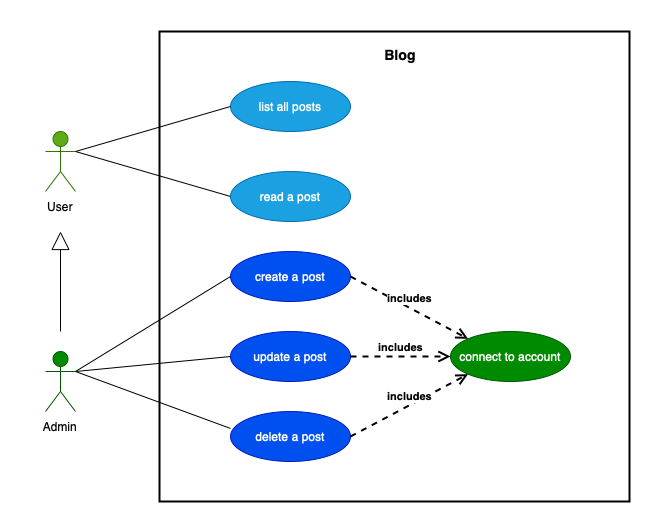
This is UMLdiagrams/Blog_UseCase.png from AnnaigJegourel/OC-P5-Creez-votre-premier-blog-en-PHP, a draw.io export, as it was before one commit. Source tidied: cells renumbered, new cells last; positions are measured from the earlier drawing's top-left corner, leaving out a move shared by most shapes.
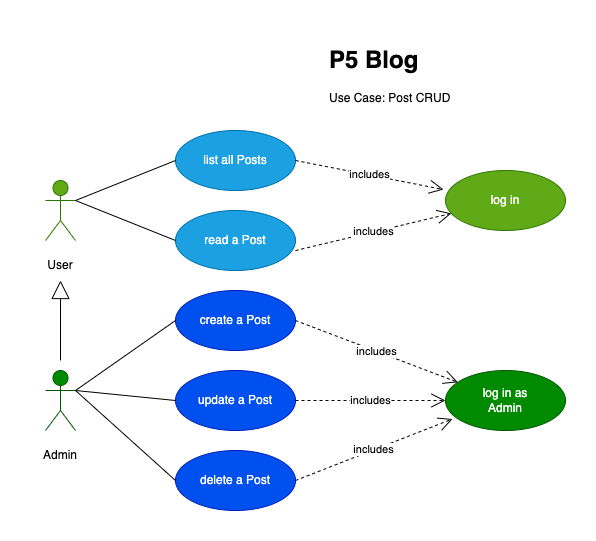
The same diagram one commit later.

Commit message:
Update Use Case Diagram

What changed in the source:
```diff
@@ -2,71 +2,84 @@
   <root>
     <mxCell id="0" />
     <mxCell id="1" parent="0" />
-    <mxCell id="2" value="Admin" style="shape=umlActor;verticalLabelPosition=bottom;verticalAlign=top;html=1;outlineConnect=0;fillColor=#008a00;fontColor=#ffffff;strokeColor=#005700;" parent="1" vertex="1">
-      <mxGeometry x="15" y="320" width="30" height="60" as="geometry" />
-    </mxCell>
-    <mxCell id="3" value="Visitor" style="shape=umlActor;verticalLabelPosition=bottom;verticalAlign=top;html=1;outlineConnect=0;fillColor=#60a917;strokeColor=#2D7600;fontColor=#ffffff;" parent="1" vertex="1">
-      <mxGeometry x="15" y="100" width="30" height="60" as="geometry" />
-    </mxCell>
-    <mxCell id="4" value="create a post" style="ellipse;whiteSpace=wrap;html=1;fillColor=#0050ef;strokeColor=#001DBC;fontColor=#ffffff;" parent="1" vertex="1">
-      <mxGeometry x="200" y="220" width="120" height="50" as="geometry" />
-    </mxCell>
-    <mxCell id="5" value="update a post" style="ellipse;whiteSpace=wrap;html=1;fillColor=#0050ef;strokeColor=#001DBC;fontColor=#ffffff;" parent="1" vertex="1">
-      <mxGeometry x="200" y="300" width="120" height="50" as="geometry" />
-    </mxCell>
-    <mxCell id="6" value="delete a post" style="ellipse;whiteSpace=wrap;html=1;fillColor=#0050ef;strokeColor=#001DBC;fontColor=#ffffff;" parent="1" vertex="1">
-      <mxGeometry x="200" y="380" width="120" height="50" as="geometry" />
-    </mxCell>
-    <mxCell id="7" style="endArrow=none;html=1;rounded=0;exitX=1;exitY=0.3333333333333333;exitDx=0;exitDy=0;exitPerimeter=0;entryX=0;entryY=0.5;entryDx=0;entryDy=0;" parent="1" edge="1" source="3" target="20">
-      <mxGeometry relative="1" as="geometry" />
-    </mxCell>
-    <mxCell id="8" style="endArrow=none;html=1;rounded=0;entryX=0;entryY=0.5;entryDx=0;entryDy=0;exitX=1;exitY=0.3333333333333333;exitDx=0;exitDy=0;exitPerimeter=0;" parent="1" edge="1" source="2" target="4">
-      <mxGeometry relative="1" as="geometry" />
-    </mxCell>
-    <mxCell id="9" style="endArrow=none;html=1;rounded=0;entryX=0;entryY=0.5;entryDx=0;entryDy=0;exitX=1;exitY=0.3333333333333333;exitDx=0;exitDy=0;exitPerimeter=0;" parent="1" edge="1" source="2" target="5">
-      <mxGeometry relative="1" as="geometry" />
-    </mxCell>
-    <mxCell id="10" style="endArrow=none;html=1;rounded=0;entryX=0;entryY=0.34;entryDx=0;entryDy=0;entryPerimeter=0;exitX=1;exitY=0.3333333333333333;exitDx=0;exitDy=0;exitPerimeter=0;" parent="1" edge="1" source="2" target="6">
-      <mxGeometry relative="1" as="geometry" />
-    </mxCell>
-    <mxCell id="11" value="connect to account" style="ellipse;whiteSpace=wrap;html=1;fillColor=#008a00;strokeColor=#005700;fontColor=#ffffff;" parent="1" vertex="1">
-      <mxGeometry x="420" y="300" width="120" height="50" as="geometry" />
-    </mxCell>
-    <mxCell id="12" value="&lt;b&gt;includes&lt;/b&gt;" style="html=1;verticalAlign=bottom;endArrow=open;dashed=1;endSize=8;rounded=0;exitX=1;exitY=0.5;exitDx=0;exitDy=0;strokeWidth=2;entryX=0;entryY=0;entryDx=0;entryDy=0;" parent="1" edge="1" source="4" target="11">
-      <mxGeometry relative="1" as="geometry" />
-    </mxCell>
-    <mxCell id="13" value="&lt;b&gt;includes&lt;/b&gt;" style="html=1;verticalAlign=bottom;endArrow=open;dashed=1;endSize=8;rounded=0;entryX=0;entryY=0.5;entryDx=0;entryDy=0;strokeWidth=2;exitX=1;exitY=0.5;exitDx=0;exitDy=0;" parent="1" edge="1" source="5" target="11">
-      <mxGeometry relative="1" as="geometry" />
-    </mxCell>
-    <mxCell id="14" value="&lt;b&gt;includes&lt;/b&gt;" style="html=1;verticalAlign=bottom;endArrow=open;dashed=1;endSize=8;rounded=0;strokeWidth=2;exitX=1;exitY=0.5;exitDx=0;exitDy=0;entryX=0;entryY=1;entryDx=0;entryDy=0;" parent="1" edge="1" source="6" target="11">
-      <mxGeometry relative="1" as="geometry" />
-    </mxCell>
+    <mxCell id="23" value="Actor" style="shape=umlActor;verticalLabelPosition=bottom;verticalAlign=top;html=1;outlineConnect=0;fillColor=#60a917;fontColor=#ffffff;strokeColor=#2D7600;" parent="1" vertex="1">
+      <mxGeometry x="20" y="20" width="30" height="60" as="geometry" />
+    </mxCell>
+    <mxCell id="24" value="&lt;h1&gt;P5 Blog&lt;/h1&gt;&lt;div&gt;Use Case: Post CRUD&lt;/div&gt;" style="text;html=1;strokeColor=none;fillColor=none;spacing=5;spacingTop=-20;whiteSpace=wrap;overflow=hidden;rounded=0;" parent="1" vertex="1">
+      <mxGeometry x="299" y="-120" width="141" height="80" as="geometry" />
+    </mxCell>
+    <mxCell id="16" value="User" style="text;html=1;strokeColor=none;fillColor=none;align=center;verticalAlign=middle;whiteSpace=wrap;rounded=0;" parent="1" vertex="1">
+      <mxGeometry x="5" y="90" width="60" height="30" as="geometry" />
+    </mxCell>
+    <mxCell id="25" value="list all Posts" style="ellipse;whiteSpace=wrap;html=1;fillColor=#1ba1e2;fontColor=#ffffff;strokeColor=#006EAF;" parent="1" vertex="1">
+      <mxGeometry x="150" y="-30" width="120" height="60" as="geometry" />
+    </mxCell>
+    <mxCell id="26" value="read a Post" style="ellipse;whiteSpace=wrap;html=1;fillColor=#1ba1e2;fontColor=#ffffff;strokeColor=#006EAF;" parent="1" vertex="1">
+      <mxGeometry x="150" y="50" width="120" height="60" as="geometry" />
+    </mxCell>
+    <mxCell id="27" style="endArrow=none;html=1;rounded=0;entryX=0;entryY=0.5;entryDx=0;entryDy=0;" parent="1" edge="1" target="25">
+      <mxGeometry relative="1" as="geometry">
+        <mxPoint x="50" y="40" as="sourcePoint" />
+      </mxGeometry>
+    </mxCell>
+    <mxCell id="28" style="endArrow=none;html=1;rounded=0;entryX=0;entryY=0.5;entryDx=0;entryDy=0;exitX=1;exitY=0.3333333333333333;exitDx=0;exitDy=0;exitPerimeter=0;" parent="1" edge="1" source="23" target="26">
+      <mxGeometry relative="1" as="geometry" />
+    </mxCell>
+    <mxCell id="29" value="create a Post" style="ellipse;whiteSpace=wrap;html=1;fillColor=#0050ef;fontColor=#ffffff;strokeColor=#001DBC;" parent="1" vertex="1">
+      <mxGeometry x="150" y="130" width="120" height="60" as="geometry" />
+    </mxCell>
+    <mxCell id="30" value="Actor" style="shape=umlActor;verticalLabelPosition=bottom;verticalAlign=top;html=1;outlineConnect=0;fillColor=#008a00;fontColor=#ffffff;strokeColor=#005700;" parent="1" vertex="1">
+      <mxGeometry x="20" y="210" width="30" height="60" as="geometry" />
+    </mxCell>
     <mxCell id="15" value="Admin" style="text;html=1;strokeColor=none;fillColor=none;align=center;verticalAlign=middle;whiteSpace=wrap;rounded=0;" parent="1" vertex="1">
-      <mxGeometry y="380" width="60" height="30" as="geometry" />
+      <mxGeometry x="5" y="280" width="60" height="30" as="geometry" />
     </mxCell>
-    <mxCell id="16" value="User" style="text;html=1;strokeColor=none;fillColor=none;align=center;verticalAlign=middle;whiteSpace=wrap;rounded=0;" parent="1" vertex="1">
-      <mxGeometry y="160" width="60" height="30" as="geometry" />
-    </mxCell>
-    <mxCell id="17" style="whiteSpace=wrap;html=1;fillColor=none;strokeWidth=2;" parent="1" vertex="1">
-      <mxGeometry x="129" width="470" height="470" as="geometry" />
-    </mxCell>
-    <mxCell id="18" value="Blog" style="text;align=center;fontStyle=1;verticalAlign=middle;spacingLeft=3;spacingRight=3;strokeColor=none;fillColor=none;fontSize=14;" parent="1" vertex="1">
-      <mxGeometry x="330" y="10" width="80" height="26" as="geometry" />
-    </mxCell>
-    <mxCell id="19" style="endArrow=block;endSize=16;endFill=0;html=1;rounded=0;" parent="1" edge="1">
-      <mxGeometry relative="1" as="geometry">
-        <mxPoint x="30" y="300" as="sourcePoint" />
-        <mxPoint x="30" y="200" as="targetPoint" />
-      </mxGeometry>
-    </mxCell>
-    <mxCell id="20" value="read a post" style="ellipse;whiteSpace=wrap;html=1;fillColor=#1ba1e2;strokeColor=#006EAF;fontColor=#ffffff;" parent="1" vertex="1">
-      <mxGeometry x="200" y="140" width="120" height="50" as="geometry" />
-    </mxCell>
-    <mxCell id="21" value="list all posts" style="ellipse;whiteSpace=wrap;html=1;fillColor=#1ba1e2;strokeColor=#006EAF;fontColor=#ffffff;" parent="1" vertex="1">
-      <mxGeometry x="200" y="50" width="120" height="50" as="geometry" />
-    </mxCell>
-    <mxCell id="22" style="endArrow=none;html=1;rounded=0;entryX=0;entryY=0.5;entryDx=0;entryDy=0;exitX=1;exitY=0.3333333333333333;exitDx=0;exitDy=0;exitPerimeter=0;" parent="1" edge="1" source="3" target="21">
-      <mxGeometry relative="1" as="geometry" />
-    </mxCell>
+    <mxCell id="31" style="endArrow=block;endSize=16;endFill=0;html=1;rounded=0;entryX=0.5;entryY=1;entryDx=0;entryDy=0;" parent="1" edge="1" target="16">
+      <mxGeometry x="-0.09" y="-20" relative="1" as="geometry">
+        <mxPoint x="35" y="200" as="sourcePoint" />
+      </mxGeometry>
+    </mxCell>
+    <mxCell id="32" value="update a Post" style="ellipse;whiteSpace=wrap;html=1;fillColor=#0050ef;fontColor=#ffffff;strokeColor=#001DBC;" parent="1" vertex="1">
+      <mxGeometry x="150" y="210" width="120" height="60" as="geometry" />
+    </mxCell>
+    <mxCell id="33" value="delete a Post" style="ellipse;whiteSpace=wrap;html=1;fillColor=#0050ef;fontColor=#ffffff;strokeColor=#001DBC;" parent="1" vertex="1">
+      <mxGeometry x="150" y="290" width="120" height="60" as="geometry" />
+    </mxCell>
+    <mxCell id="34" style="endArrow=none;html=1;rounded=0;entryX=0;entryY=0.5;entryDx=0;entryDy=0;exitX=1;exitY=0.3333333333333333;exitDx=0;exitDy=0;exitPerimeter=0;" parent="1" edge="1" source="30" target="29">
+      <mxGeometry relative="1" as="geometry" />
+    </mxCell>
+    <mxCell id="35" style="endArrow=none;html=1;rounded=0;entryX=0;entryY=0.5;entryDx=0;entryDy=0;" parent="1" edge="1" target="32">
+      <mxGeometry relative="1" as="geometry">
+        <mxPoint x="50" y="230" as="sourcePoint" />
+      </mxGeometry>
+    </mxCell>
+    <mxCell id="36" style="endArrow=none;html=1;rounded=0;entryX=0;entryY=0.5;entryDx=0;entryDy=0;" parent="1" edge="1" target="33">
+      <mxGeometry relative="1" as="geometry">
+        <mxPoint x="50" y="230" as="sourcePoint" />
+      </mxGeometry>
+    </mxCell>
+    <mxCell id="37" value="log in as&lt;br&gt;Admin" style="ellipse;whiteSpace=wrap;html=1;fillColor=#008a00;fontColor=#ffffff;strokeColor=#005700;" parent="1" vertex="1">
+      <mxGeometry x="420" y="210" width="120" height="60" as="geometry" />
+    </mxCell>
+    <mxCell id="38" value="includes" style="endArrow=open;endSize=12;dashed=1;html=1;rounded=0;exitX=1;exitY=0.5;exitDx=0;exitDy=0;" parent="1" edge="1" source="29" target="37">
+      <mxGeometry relative="1" as="geometry" />
+    </mxCell>
+    <mxCell id="39" value="includes" style="endArrow=open;endSize=12;dashed=1;html=1;rounded=0;exitX=1;exitY=0.5;exitDx=0;exitDy=0;entryX=0;entryY=0.5;entryDx=0;entryDy=0;" parent="1" edge="1" source="32" target="37">
+      <mxGeometry relative="1" as="geometry" />
+    </mxCell>
+    <mxCell id="40" value="includes" style="endArrow=open;endSize=12;dashed=1;html=1;rounded=0;exitX=1;exitY=0.5;exitDx=0;exitDy=0;entryX=0.058;entryY=0.808;entryDx=0;entryDy=0;entryPerimeter=0;" parent="1" edge="1" source="33" target="37">
+      <mxGeometry relative="1" as="geometry" />
+    </mxCell>
+    <mxCell id="41" value="log in" style="ellipse;whiteSpace=wrap;html=1;fillColor=#60a917;fontColor=#ffffff;strokeColor=#2D7600;" parent="1" vertex="1">
+      <mxGeometry x="420" y="10" width="120" height="60" as="geometry" />
+    </mxCell>
+    <mxCell id="42" value="includes" style="endArrow=open;endSize=12;dashed=1;html=1;rounded=0;entryX=-0.017;entryY=0.317;entryDx=0;entryDy=0;entryPerimeter=0;" parent="1" edge="1" target="41">
+      <mxGeometry relative="1" as="geometry">
+        <mxPoint x="270" as="sourcePoint" />
+      </mxGeometry>
+    </mxCell>
+    <mxCell id="43" value="includes" style="endArrow=open;endSize=12;dashed=1;html=1;rounded=0;exitX=1;exitY=0.667;exitDx=0;exitDy=0;exitPerimeter=0;" parent="1" edge="1" source="26" target="41">
+      <mxGeometry relative="1" as="geometry" />
+    </mxCell>
   </root>
 </mxGraphModel>
```
